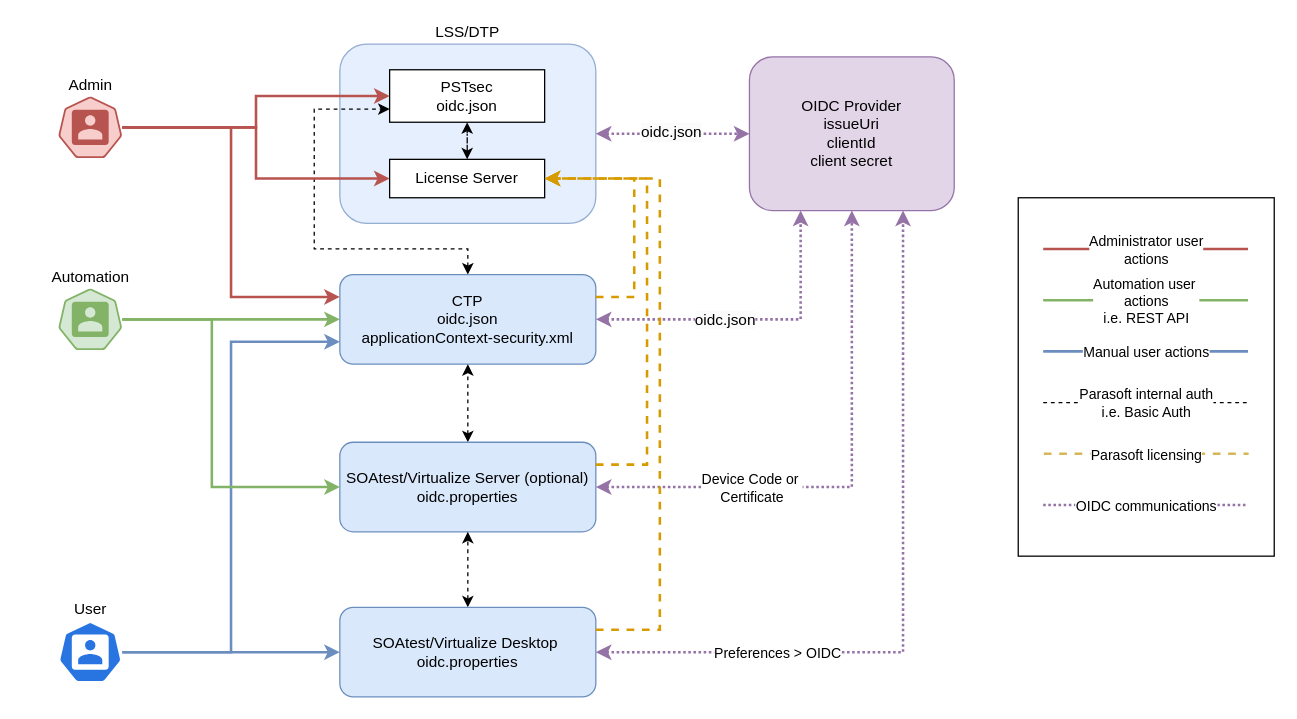
Above: page "server" (1 of 2) of general-architucture.drawio in gtrofimov/draw-io-projects (draw.io), before the change. Source tidied: cells renumbered, new cells numbered last; positions are measured from the earlier drawing's top-left corner, leaving out a move shared by most shapes. Both pictures are drawn from the tidied source at 128%, with x=0, y=0 at pixel (58, 44).
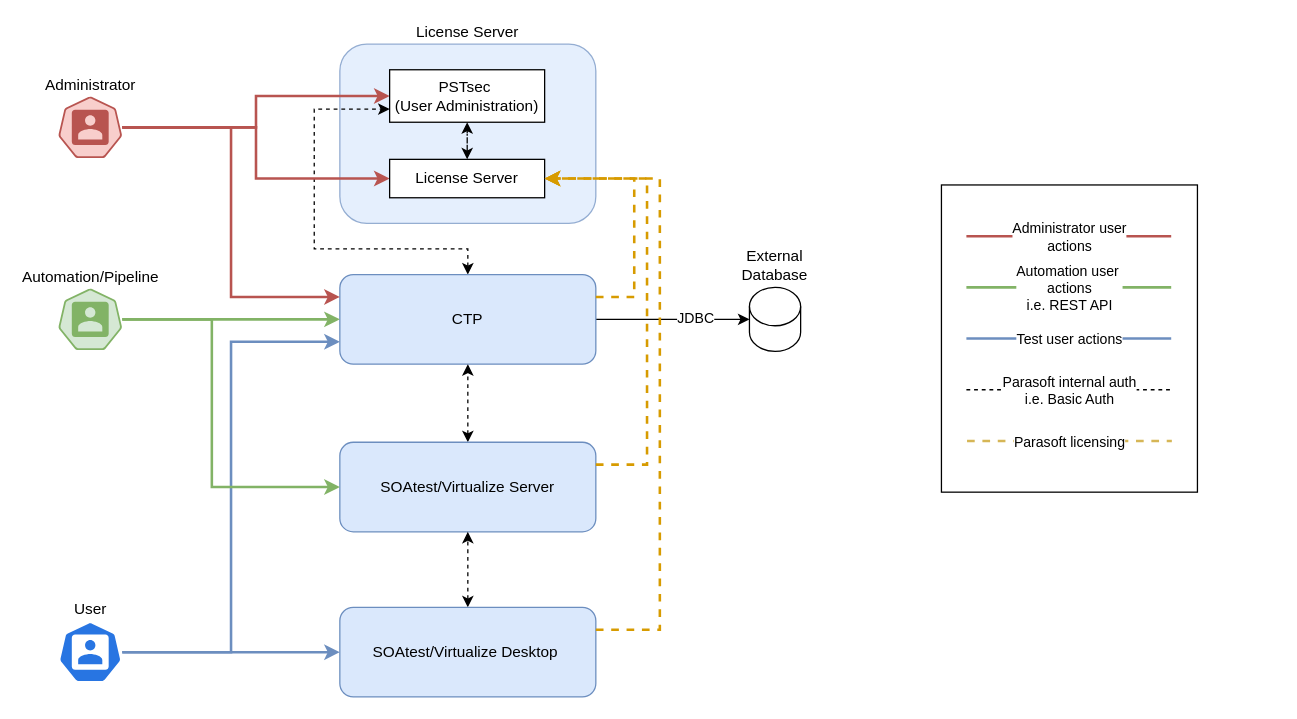
The same diagram, later.

Unchanged cells that the change refers to:
```xml
<mxCell id="40" style="endArrow=none;html=1;rounded=0;strokeWidth=2;fillColor=#dae8fc;strokeColor=#6c8ebf;" parent="34" edge="1">
  <mxGeometry relative="1" as="geometry">
    <mxPoint x="19.5" y="120" as="sourcePoint" />
    <mxPoint x="179.5" y="120" as="targetPoint" />
  </mxGeometry>
</mxCell>
```

What changed in the source:
```diff
@@
-    <mxCell id="2" value="LSS/DTP" style="rounded=1;whiteSpace=wrap;html=1;labelPosition=center;verticalLabelPosition=top;align=center;verticalAlign=bottom;opacity=70;fillColor=#dae8fc;strokeColor=#6c8ebf;" parent="1" vertex="1">
+    <mxCell id="2" value="License Server" style="rounded=1;whiteSpace=wrap;html=1;labelPosition=center;verticalLabelPosition=top;align=center;verticalAlign=bottom;opacity=70;fillColor=#dae8fc;strokeColor=#6c8ebf;" parent="1" vertex="1">
       <mxGeometry x="220" width="200" height="140" as="geometry" />
     </mxCell>
@@
-    <mxCell id="4" style="edgeStyle=orthogonalEdgeStyle;rounded=0;jettySize=auto;html=1;entryX=0.25;entryY=1;entryDx=0;entryDy=0;dashed=1;dashPattern=1 1;startArrow=classic;startFill=1;fillColor=#e1d5e7;strokeColor=#9673a6;strokeWidth=2;" parent="1" edge="1" source="6" target="11">
-      <mxGeometry relative="1" as="geometry" />
-    </mxCell>
-    <mxCell id="5" value="&lt;span style=&quot;font-size: 12px; text-wrap: wrap; background-color: rgb(251, 251, 251);&quot;&gt;oidc.json&lt;/span&gt;" style="edgeLabel;html=1;align=center;verticalAlign=middle;" parent="4" vertex="1">
-      <mxGeometry x="-0.18" relative="1" as="geometry" />
-    </mxCell>
+    <mxCell id="48" style="edgeStyle=orthogonalEdgeStyle;rounded=0;jettySize=auto;html=1;" parent="1" edge="1" source="6" target="50">
+      <mxGeometry relative="1" as="geometry" />
+    </mxCell>
+    <mxCell id="49" value="JDBC" style="edgeLabel;html=1;align=center;verticalAlign=middle;" parent="48" vertex="1">
+      <mxGeometry x="0.28" y="2" relative="1" as="geometry" />
+    </mxCell>
-    <mxCell id="6" value="CTP&lt;div&gt;&lt;div&gt;oidc.json&lt;/div&gt;&lt;div&gt;applicationContext-security.xml&lt;/div&gt;&lt;/div&gt;" style="rounded=1;whiteSpace=wrap;html=1;fillColor=#dae8fc;strokeColor=#6c8ebf;" parent="1" vertex="1">
+    <mxCell id="6" value="CTP" style="rounded=1;whiteSpace=wrap;html=1;fillColor=#dae8fc;strokeColor=#6c8ebf;" parent="1" vertex="1">
       <mxGeometry x="220" y="180" width="200" height="70" as="geometry" />
     </mxCell>
-    <mxCell id="7" style="edgeStyle=orthogonalEdgeStyle;rounded=0;jettySize=auto;html=1;entryX=0.5;entryY=1;entryDx=0;entryDy=0;dashed=1;dashPattern=1 1;startArrow=classic;startFill=1;fillColor=#e1d5e7;strokeColor=#9673a6;strokeWidth=2;" parent="1" edge="1" source="10" target="11">
-      <mxGeometry relative="1" as="geometry" />
-    </mxCell>
-    <mxCell id="8" value="Device Code or&amp;nbsp;&lt;div&gt;Certificate&lt;/div&gt;" style="edgeLabel;html=1;align=center;verticalAlign=middle;" parent="7" vertex="1">
-      <mxGeometry x="-0.24" y="-2" relative="1" as="geometry">
-        <mxPoint x="-37" y="-2" as="offset" />
-      </mxGeometry>
-    </mxCell>
@@
-    <mxCell id="10" value="SOAtest/Virtualize Server (optional)&lt;div&gt;&lt;div&gt;&lt;div&gt;oidc.properties&lt;/div&gt;&lt;/div&gt;&lt;/div&gt;" style="rounded=1;whiteSpace=wrap;html=1;fillColor=#dae8fc;strokeColor=#6c8ebf;" parent="1" vertex="1">
+    <mxCell id="10" value="SOAtest/Virtualize Server" style="rounded=1;whiteSpace=wrap;html=1;fillColor=#dae8fc;strokeColor=#6c8ebf;" parent="1" vertex="1">
       <mxGeometry x="220" y="311" width="200" height="70" as="geometry" />
     </mxCell>
-    <mxCell id="11" value="OIDC Provider&lt;div&gt;issueUri&lt;br&gt;&lt;div&gt;clientId&lt;/div&gt;&lt;div&gt;client secret&lt;/div&gt;&lt;/div&gt;" style="rounded=1;whiteSpace=wrap;html=1;fillColor=#e1d5e7;strokeColor=#9673a6;" parent="1" vertex="1">
-      <mxGeometry x="540" y="10" width="160" height="120" as="geometry" />
-    </mxCell>
@@
-    <mxCell id="17" value="Admin" style="sketch=0;html=1;dashed=0;whitespace=wrap;fillColor=#f8cecc;strokeColor=#b85450;points=[[0.005,0.63,0],[0.1,0.2,0],[0.9,0.2,0],[0.5,0,0],[0.995,0.63,0],[0.72,0.99,0],[0.5,1,0],[0.28,0.99,0]];shape=mxgraph.kubernetes.icon2;prIcon=user;labelPosition=center;verticalLabelPosition=top;align=center;verticalAlign=bottom;" parent="1" vertex="1">
+    <mxCell id="17" value="Administrator" style="sketch=0;html=1;dashed=0;whitespace=wrap;fillColor=#f8cecc;strokeColor=#b85450;points=[[0.005,0.63,0],[0.1,0.2,0],[0.9,0.2,0],[0.5,0,0],[0.995,0.63,0],[0.72,0.99,0],[0.5,1,0],[0.28,0.99,0]];shape=mxgraph.kubernetes.icon2;prIcon=user;labelPosition=center;verticalLabelPosition=top;align=center;verticalAlign=bottom;" parent="1" vertex="1">
       <mxGeometry y="41" width="50" height="48" as="geometry" />
     </mxCell>
@@
-    <mxCell id="19" style="edgeStyle=orthogonalEdgeStyle;rounded=0;jettySize=auto;html=1;entryX=0;entryY=0.5;entryDx=0;entryDy=0;dashed=1;dashPattern=1 1;startArrow=classic;startFill=1;exitX=1;exitY=0.5;exitDx=0;exitDy=0;fillColor=#e1d5e7;strokeColor=#9673a6;strokeWidth=2;" parent="1" edge="1" source="2" target="11">
-      <mxGeometry relative="1" as="geometry" />
-    </mxCell>
-    <mxCell id="20" value="&lt;div style=&quot;font-size: 12px; text-wrap: wrap; background-color: rgb(251, 251, 251);&quot;&gt;oidc.json&lt;/div&gt;" style="edgeLabel;html=1;align=center;verticalAlign=middle;" parent="19" vertex="1">
-      <mxGeometry x="-0.04" y="2" relative="1" as="geometry" />
-    </mxCell>
@@
-    <mxCell id="22" value="PSTsec&lt;div&gt;oidc.json&lt;/div&gt;" style="rounded=0;whiteSpace=wrap;html=1;" parent="1" vertex="1">
+    <mxCell id="22" value="PSTsec&amp;nbsp;&lt;div&gt;(User Administration)&lt;/div&gt;" style="rounded=0;whiteSpace=wrap;html=1;" parent="1" vertex="1">
       <mxGeometry x="258.9" y="20" width="121.1" height="41" as="geometry" />
     </mxCell>
@@
-    <mxCell id="27" value="Automation" style="sketch=0;html=1;dashed=0;whitespace=wrap;fillColor=#d5e8d4;strokeColor=#82b366;points=[[0.005,0.63,0],[0.1,0.2,0],[0.9,0.2,0],[0.5,0,0],[0.995,0.63,0],[0.72,0.99,0],[0.5,1,0],[0.28,0.99,0]];shape=mxgraph.kubernetes.icon2;prIcon=user;labelPosition=center;verticalLabelPosition=top;align=center;verticalAlign=bottom;" parent="1" vertex="1">
+    <mxCell id="27" value="Automation/Pipeline" style="sketch=0;html=1;dashed=0;whitespace=wrap;fillColor=#d5e8d4;strokeColor=#82b366;points=[[0.005,0.63,0],[0.1,0.2,0],[0.9,0.2,0],[0.5,0,0],[0.995,0.63,0],[0.72,0.99,0],[0.5,1,0],[0.28,0.99,0]];shape=mxgraph.kubernetes.icon2;prIcon=user;labelPosition=center;verticalLabelPosition=top;align=center;verticalAlign=bottom;" parent="1" vertex="1">
       <mxGeometry y="191" width="50" height="48" as="geometry" />
     </mxCell>
@@
-    <mxCell id="29" style="edgeStyle=orthogonalEdgeStyle;rounded=0;jettySize=auto;html=1;entryX=0.75;entryY=1;entryDx=0;entryDy=0;dashed=1;dashPattern=1 1;fillColor=#e1d5e7;strokeColor=#9673a6;strokeWidth=2;startArrow=classic;startFill=1;" parent="1" edge="1" source="31" target="11">
-      <mxGeometry relative="1" as="geometry" />
-    </mxCell>
-    <mxCell id="30" value="Preferences &amp;gt; OIDC" style="edgeLabel;html=1;align=center;verticalAlign=middle;" parent="29" vertex="1">
-      <mxGeometry x="-0.39" y="-1" relative="1" as="geometry">
-        <mxPoint x="-37" y="-1" as="offset" />
-      </mxGeometry>
-    </mxCell>
-    <mxCell id="31" value="SOAtest/Virtualize Desktop&amp;nbsp;&lt;div&gt;&lt;div&gt;oidc.properties&lt;/div&gt;&lt;/div&gt;" style="rounded=1;whiteSpace=wrap;html=1;fillColor=#dae8fc;strokeColor=#6c8ebf;" parent="1" vertex="1">
+    <mxCell id="31" value="SOAtest/Virtualize Desktop&amp;nbsp;" style="rounded=1;whiteSpace=wrap;html=1;fillColor=#dae8fc;strokeColor=#6c8ebf;" parent="1" vertex="1">
       <mxGeometry x="220" y="440" width="200" height="70" as="geometry" />
     </mxCell>
@@
     <mxCell id="34" style="group;" parent="1" vertex="1">
-      <mxGeometry x="750" y="120" width="200" height="280" as="geometry" />
+      <mxGeometry x="690" y="110" width="200" height="280" as="geometry" />
     </mxCell>
     <mxCell id="35" style="rounded=0;whiteSpace=wrap;html=1;" parent="34" vertex="1">
-      <mxGeometry width="200" height="280" as="geometry" />
+      <mxGeometry width="200" height="240" as="geometry" />
     </mxCell>
@@
-    <mxCell id="41" value="Manual user actions" style="edgeLabel;html=1;align=center;verticalAlign=middle;" parent="40" vertex="1">
+    <mxCell id="41" value="Test user actions" style="edgeLabel;html=1;align=center;verticalAlign=middle;" parent="40" vertex="1">
       <mxGeometry y="-2" relative="1" as="geometry">
         <mxPoint y="-2" as="offset" />
       </mxGeometry>
     </mxCell>
@@
-    <mxCell id="44" style="endArrow=none;html=1;rounded=0;dashed=1;dashPattern=1 1;fillColor=#e1d5e7;strokeColor=#9673a6;strokeWidth=2;" parent="34" edge="1">
-      <mxGeometry relative="1" as="geometry">
-        <mxPoint x="19.5" y="240" as="sourcePoint" />
-        <mxPoint x="179.5" y="240" as="targetPoint" />
-      </mxGeometry>
-    </mxCell>
-    <mxCell id="45" value="OIDC communications" style="edgeLabel;html=1;align=center;verticalAlign=middle;" parent="44" vertex="1">
-      <mxGeometry y="-2" relative="1" as="geometry">
-        <mxPoint y="-2" as="offset" />
-      </mxGeometry>
-    </mxCell>
@@
+    <mxCell id="50" value="External Database" style="shape=cylinder3;whiteSpace=wrap;html=1;boundedLbl=1;backgroundOutline=1;size=15;labelPosition=center;verticalLabelPosition=top;align=center;verticalAlign=bottom;" parent="1" vertex="1">
+      <mxGeometry x="540" y="190" width="40" height="50" as="geometry" />
+    </mxCell>
```
